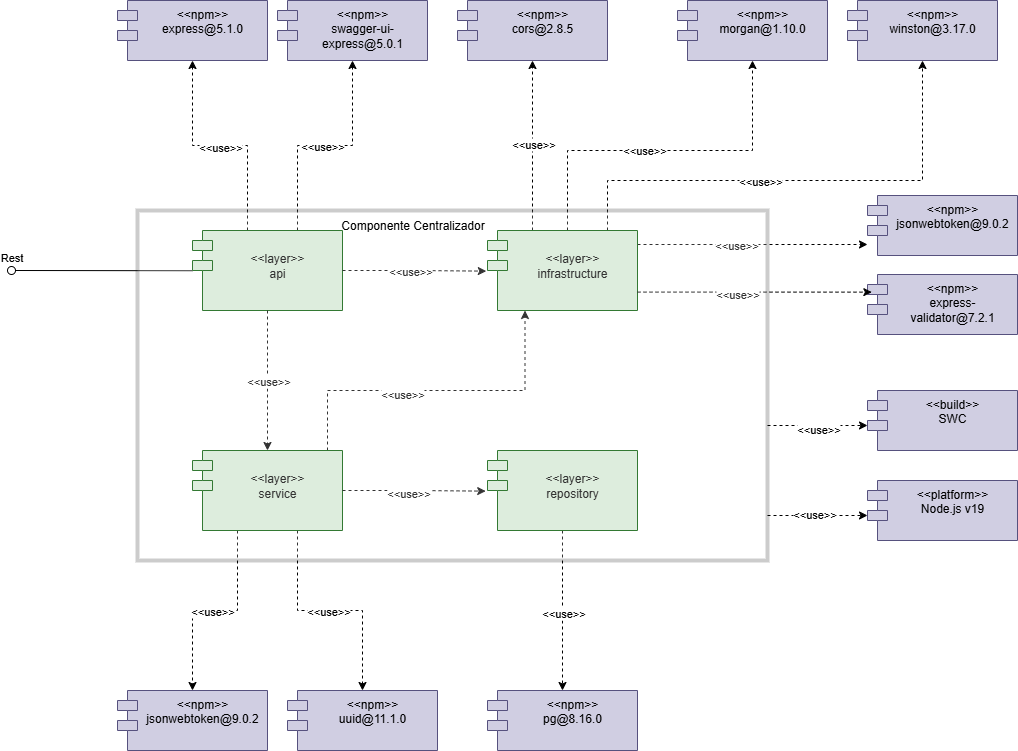
Above: Imagenes/DiagramaComponentes.png in federico1605/Documentacion_Cognicare (draw.io), before the change. Source tidied: cells renumbered, new cells last; positions are measured from the earlier drawing's top-left corner, leaving out a move shared by most shapes.
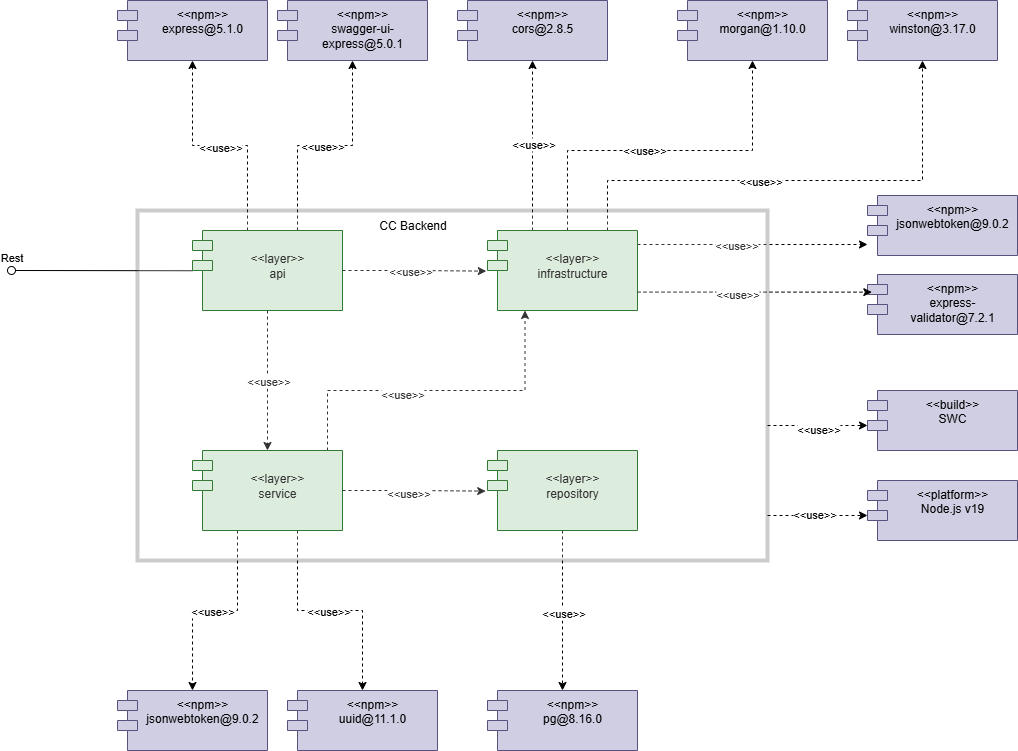
The same diagram one commit later.

The edit, as a diff of the source:
```diff
@@ -211,8 +211,8 @@
     <mxCell id="49" value="&amp;lt;&amp;lt;use&amp;gt;&amp;gt;" style="edgeLabel;html=1;align=center;verticalAlign=middle;" parent="48" vertex="1">
       <mxGeometry x="-0.01" y="-3" relative="1" as="geometry" />
     </mxCell>
-    <mxCell id="50" value="Componente Centralizador" style="text;html=1;align=center;verticalAlign=middle;strokeColor=none;fillColor=none;" parent="1" vertex="1">
-      <mxGeometry x="320" y="210" width="170" height="30" as="geometry" />
+    <mxCell id="50" value="CC Backend" style="text;html=1;align=center;verticalAlign=middle;strokeColor=none;fillColor=none;" parent="1" vertex="1">
+      <mxGeometry x="360" y="210" width="90" height="30" as="geometry" />
     </mxCell>
     <mxCell id="51" value="&amp;lt;&amp;lt;platform&amp;gt;&amp;gt;&lt;br&gt;Node.js v19" style="shape=module;align=left;spacingLeft=20;align=center;verticalAlign=top;whiteSpace=wrap;html=1;fillColor=#d0cee2;strokeColor=#56517e;" parent="1" vertex="1">
       <mxGeometry x="860" y="480" width="150" height="60" as="geometry" />
```
